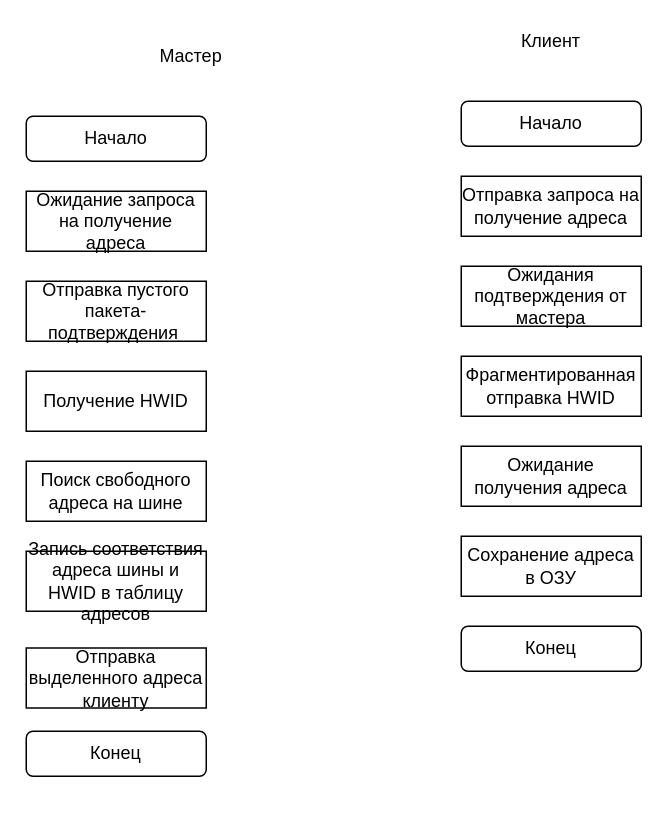
Above: page "адреса 1" (13 of 14) of pic.drawio in mmm-da/vkr-report (draw.io), before the change. Source tidied: cells renumbered, new cells numbered last; positions are measured from the earlier drawing's top-left corner, leaving out a move shared by most shapes. Both pictures are drawn from the tidied source at 150%, with x=0, y=0 at pixel (26, 26).
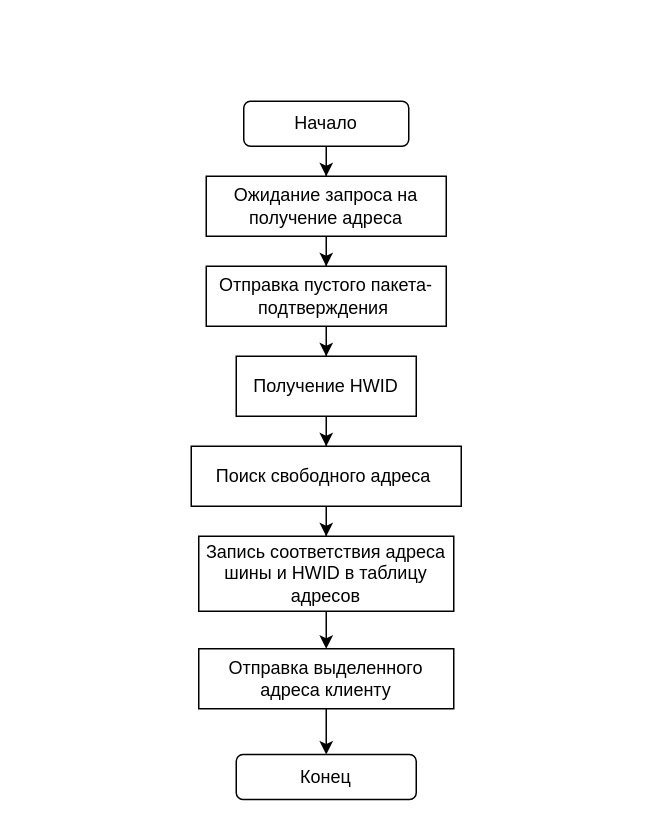
The same diagram, later.

Diff of the diagram source:
```diff
@@
 <mxGraphModel>
   <root>
     <mxCell id="0" />
     <mxCell id="1" parent="0" />
-    <mxCell id="2" value="Мастер" style="text;html=1;strokeColor=none;fillColor=none;align=center;verticalAlign=middle;whiteSpace=wrap;rounded=0;" parent="1" vertex="1">
-      <mxGeometry x="90" y="10" width="40" height="20" as="geometry" />
-    </mxCell>
-    <mxCell id="3" value="Клиент" style="text;html=1;strokeColor=none;fillColor=none;align=center;verticalAlign=middle;whiteSpace=wrap;rounded=0;" parent="1" vertex="1">
-      <mxGeometry x="330" width="40" height="20" as="geometry" />
-    </mxCell>
+    <mxCell id="19" style="edgeStyle=orthogonalEdgeStyle;rounded=0;jettySize=auto;html=1;entryX=0.5;entryY=0;entryDx=0;entryDy=0;" parent="1" edge="1" source="4" target="5">
+      <mxGeometry relative="1" as="geometry" />
+    </mxCell>
     <mxCell id="4" value="Начало" style="rounded=1;whiteSpace=wrap;html=1;" parent="1" vertex="1">
-      <mxGeometry y="60" width="120" height="30" as="geometry" />
+      <mxGeometry x="145" y="50" width="110" height="30" as="geometry" />
     </mxCell>
+    <mxCell id="20" style="edgeStyle=orthogonalEdgeStyle;rounded=0;jettySize=auto;html=1;" parent="1" edge="1" source="5" target="8">
+      <mxGeometry relative="1" as="geometry" />
+    </mxCell>
     <mxCell id="5" value="Ожидание запроса на получение адреса" style="rounded=0;whiteSpace=wrap;html=1;" parent="1" vertex="1">
-      <mxGeometry y="110" width="120" height="40" as="geometry" />
+      <mxGeometry x="120" y="100" width="160" height="40" as="geometry" />
     </mxCell>
-    <mxCell id="6" value="Начало" style="rounded=1;whiteSpace=wrap;html=1;" parent="1" vertex="1">
-      <mxGeometry x="290" y="50" width="120" height="30" as="geometry" />
-    </mxCell>
-    <mxCell id="7" value="Отправка запроса на получение адреса" style="rounded=0;whiteSpace=wrap;html=1;" parent="1" vertex="1">
-      <mxGeometry x="290" y="100" width="120" height="40" as="geometry" />
-    </mxCell>
+    <mxCell id="21" style="edgeStyle=orthogonalEdgeStyle;rounded=0;jettySize=auto;html=1;" parent="1" edge="1" source="8" target="10">
+      <mxGeometry relative="1" as="geometry" />
+    </mxCell>
     <mxCell id="8" value="Отправка пустого пакета-подтверждения&amp;nbsp;" style="rounded=0;whiteSpace=wrap;html=1;" parent="1" vertex="1">
-      <mxGeometry y="170" width="120" height="40" as="geometry" />
+      <mxGeometry x="120" y="160" width="160" height="40" as="geometry" />
     </mxCell>
-    <mxCell id="9" value="Ожидания подтверждения от мастера" style="rounded=0;whiteSpace=wrap;html=1;" parent="1" vertex="1">
-      <mxGeometry x="290" y="160" width="120" height="40" as="geometry" />
-    </mxCell>
+    <mxCell id="22" style="edgeStyle=orthogonalEdgeStyle;rounded=0;jettySize=auto;html=1;entryX=0.5;entryY=0;entryDx=0;entryDy=0;" parent="1" edge="1" source="10" target="12">
+      <mxGeometry relative="1" as="geometry" />
+    </mxCell>
     <mxCell id="10" value="Получение HWID" style="rounded=0;whiteSpace=wrap;html=1;" parent="1" vertex="1">
-      <mxGeometry y="230" width="120" height="40" as="geometry" />
+      <mxGeometry x="140" y="220" width="120" height="40" as="geometry" />
     </mxCell>
-    <mxCell id="11" value="Фрагментированная отправка HWID" style="rounded=0;whiteSpace=wrap;html=1;" parent="1" vertex="1">
-      <mxGeometry x="290" y="220" width="120" height="40" as="geometry" />
-    </mxCell>
+    <mxCell id="23" style="edgeStyle=orthogonalEdgeStyle;rounded=0;jettySize=auto;html=1;entryX=0.5;entryY=0;entryDx=0;entryDy=0;" parent="1" edge="1" source="12" target="13">
+      <mxGeometry relative="1" as="geometry" />
+    </mxCell>
-    <mxCell id="12" value="Поиск свободного адреса на шине" style="rounded=0;whiteSpace=wrap;html=1;" parent="1" vertex="1">
-      <mxGeometry y="290" width="120" height="40" as="geometry" />
+    <mxCell id="12" value="Поиск свободного адреса&amp;nbsp;" style="rounded=0;whiteSpace=wrap;html=1;" parent="1" vertex="1">
+      <mxGeometry x="110" y="280" width="180" height="40" as="geometry" />
     </mxCell>
+    <mxCell id="24" style="edgeStyle=orthogonalEdgeStyle;rounded=0;jettySize=auto;html=1;entryX=0.5;entryY=0;entryDx=0;entryDy=0;" parent="1" edge="1" source="13" target="14">
+      <mxGeometry relative="1" as="geometry" />
+    </mxCell>
     <mxCell id="13" value="Запись соответствия адреса шины и HWID в таблицу адресов" style="rounded=0;whiteSpace=wrap;html=1;" parent="1" vertex="1">
-      <mxGeometry y="350" width="120" height="40" as="geometry" />
+      <mxGeometry x="115" y="340" width="170" height="50" as="geometry" />
     </mxCell>
+    <mxCell id="25" style="edgeStyle=orthogonalEdgeStyle;rounded=0;jettySize=auto;html=1;entryX=0.5;entryY=0;entryDx=0;entryDy=0;" parent="1" edge="1" source="14" target="17">
+      <mxGeometry relative="1" as="geometry" />
+    </mxCell>
     <mxCell id="14" value="Отправка выделенного адреса клиенту" style="rounded=0;whiteSpace=wrap;html=1;" parent="1" vertex="1">
-      <mxGeometry y="414.5" width="120" height="40" as="geometry" />
+      <mxGeometry x="115" y="415" width="170" height="40" as="geometry" />
     </mxCell>
-    <mxCell id="15" value="Ожидание получения адреса" style="rounded=0;whiteSpace=wrap;html=1;" parent="1" vertex="1">
-      <mxGeometry x="290" y="280" width="120" height="40" as="geometry" />
-    </mxCell>
-    <mxCell id="16" value="Сохранение адреса в ОЗУ" style="rounded=0;whiteSpace=wrap;html=1;" parent="1" vertex="1">
-      <mxGeometry x="290" y="340" width="120" height="40" as="geometry" />
-    </mxCell>
     <mxCell id="17" value="Конец" style="rounded=1;whiteSpace=wrap;html=1;" parent="1" vertex="1">
-      <mxGeometry y="470" width="120" height="30" as="geometry" />
+      <mxGeometry x="140" y="485.5" width="120" height="30" as="geometry" />
     </mxCell>
-    <mxCell id="18" value="Конец" style="rounded=1;whiteSpace=wrap;html=1;" parent="1" vertex="1">
-      <mxGeometry x="290" y="400" width="120" height="30" as="geometry" />
-    </mxCell>
   </root>
 </mxGraphModel>
```
